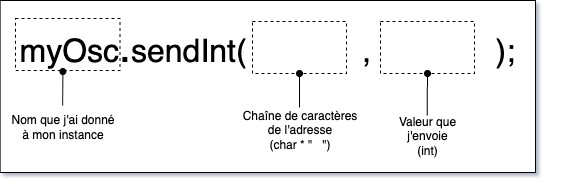
This is microosc/envoi/microosc_sendInt.drawio.png from thomasfredericks/aide, a draw.io export, as it was before one commit. Source tidied: cells renumbered, new cells last; positions are measured from the earlier drawing's top-left corner, leaving out a move shared by most shapes.
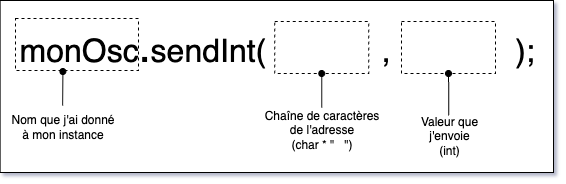
After the commit.

Change to the diagram source:
```diff
@@ -3,19 +3,19 @@
     <mxCell id="0" />
     <mxCell id="1" parent="0" />
     <mxCell id="2" style="rounded=0;whiteSpace=wrap;html=1;" parent="1" vertex="1">
-      <mxGeometry x="-0.4" width="535.4" height="172" as="geometry" />
+      <mxGeometry x="-0.4" width="553.4" height="172" as="geometry" />
     </mxCell>
-    <mxCell id="3" value="&lt;font style=&quot;font-size: 32px;&quot;&gt;myOsc&lt;/font&gt;&lt;font style=&quot;font-size: 43px;&quot;&gt;.&lt;/font&gt;&lt;font style=&quot;font-size: 32px;&quot;&gt;sendInt(&amp;nbsp; &amp;nbsp; &amp;nbsp; &amp;nbsp; &amp;nbsp; &amp;nbsp; &amp;nbsp;,&amp;nbsp; &amp;nbsp; &amp;nbsp; &amp;nbsp; &amp;nbsp; &amp;nbsp; &amp;nbsp; );&lt;/font&gt;" style="text;html=1;align=left;verticalAlign=middle;whiteSpace=wrap;rounded=0;" parent="1" vertex="1">
+    <mxCell id="3" value="&lt;font style=&quot;font-size: 32px;&quot;&gt;monOsc&lt;/font&gt;&lt;font style=&quot;font-size: 43px;&quot;&gt;.&lt;/font&gt;&lt;font style=&quot;font-size: 32px;&quot;&gt;sendInt(&amp;nbsp; &amp;nbsp; &amp;nbsp; &amp;nbsp; &amp;nbsp; &amp;nbsp; &amp;nbsp;,&amp;nbsp; &amp;nbsp; &amp;nbsp; &amp;nbsp; &amp;nbsp; &amp;nbsp; &amp;nbsp; );&lt;/font&gt;" style="text;html=1;align=left;verticalAlign=middle;whiteSpace=wrap;rounded=0;" parent="1" vertex="1">
       <mxGeometry x="17" y="18" width="534" height="55" as="geometry" />
     </mxCell>
     <mxCell id="4" style="rounded=0;whiteSpace=wrap;html=1;dashed=1;fillColor=none;" parent="1" vertex="1">
-      <mxGeometry x="380" y="21" width="94" height="52" as="geometry" />
+      <mxGeometry x="401" y="21" width="94" height="52" as="geometry" />
     </mxCell>
     <mxCell id="5" style="rounded=0;whiteSpace=wrap;html=1;dashed=1;fillColor=none;" parent="1" vertex="1">
-      <mxGeometry x="252" y="21" width="94" height="52" as="geometry" />
+      <mxGeometry x="274.2" y="21" width="94" height="52" as="geometry" />
     </mxCell>
     <mxCell id="6" style="rounded=0;whiteSpace=wrap;html=1;dashed=1;fillColor=none;" parent="1" vertex="1">
-      <mxGeometry x="15" y="18" width="104.6" height="52" as="geometry" />
+      <mxGeometry x="15" y="18" width="123" height="52" as="geometry" />
     </mxCell>
     <mxCell id="7" value="Nom que j'ai donné à mon instance" style="text;html=1;align=center;verticalAlign=middle;whiteSpace=wrap;rounded=0;" parent="1" vertex="1">
       <mxGeometry x="4.6" y="105" width="115" height="41" as="geometry" />
@@ -24,13 +24,13 @@
       <mxGeometry relative="1" as="geometry" />
     </mxCell>
     <mxCell id="9" value="Chaîne de caractères de l'adresse&lt;br&gt;(char * &quot;&amp;nbsp; &amp;nbsp;&quot;)" style="text;html=1;align=center;verticalAlign=middle;whiteSpace=wrap;rounded=0;" parent="1" vertex="1">
-      <mxGeometry x="233.8" y="107" width="130.5" height="44" as="geometry" />
+      <mxGeometry x="256" y="107" width="130.5" height="44" as="geometry" />
     </mxCell>
     <mxCell id="10" style="edgeStyle=orthogonalEdgeStyle;rounded=0;jettySize=auto;html=1;exitX=0.5;exitY=0;exitDx=0;exitDy=0;entryX=0.5;entryY=1;entryDx=0;entryDy=0;endArrow=oval;endFill=1;" parent="1" edge="1" source="11" target="4">
       <mxGeometry relative="1" as="geometry" />
     </mxCell>
     <mxCell id="11" value="Valeur que j'envoie&lt;br&gt;(int)" style="text;html=1;align=center;verticalAlign=middle;whiteSpace=wrap;rounded=0;" parent="1" vertex="1">
-      <mxGeometry x="380" y="115" width="93.5" height="39" as="geometry" />
+      <mxGeometry x="401.5" y="115" width="93.5" height="39" as="geometry" />
     </mxCell>
     <mxCell id="12" style="edgeStyle=orthogonalEdgeStyle;rounded=0;jettySize=auto;html=1;exitX=0.5;exitY=0;exitDx=0;exitDy=0;entryX=0.085;entryY=0.964;entryDx=0;entryDy=0;entryPerimeter=0;endArrow=oval;endFill=1;" parent="1" edge="1" source="7" target="3">
       <mxGeometry relative="1" as="geometry" />
```
